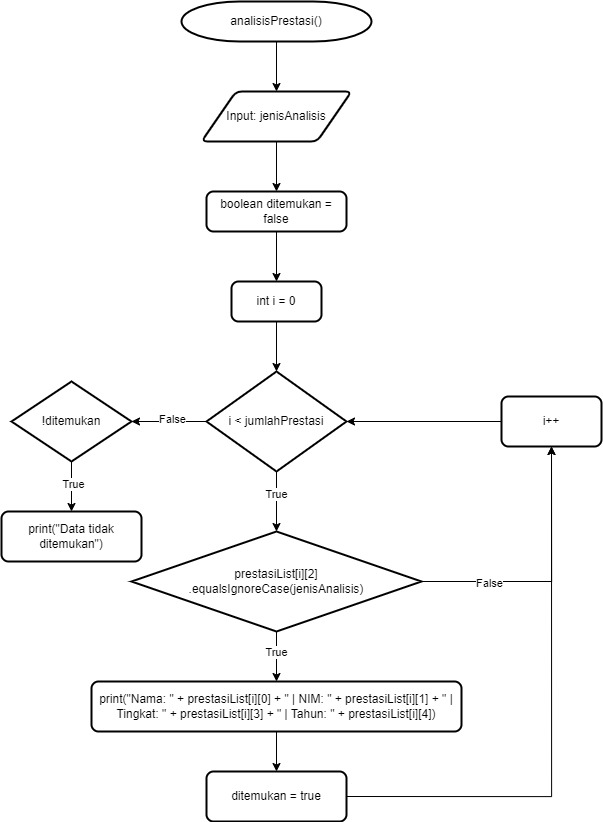
This is flowchart/fungsi_analisisPrestasi.png from daffaputra09/jobsheet-studi-kasus, a draw.io export, as it was before one commit. Source tidied: cells renumbered, new cells last; positions are measured from the earlier drawing's top-left corner, leaving out a move shared by most shapes.
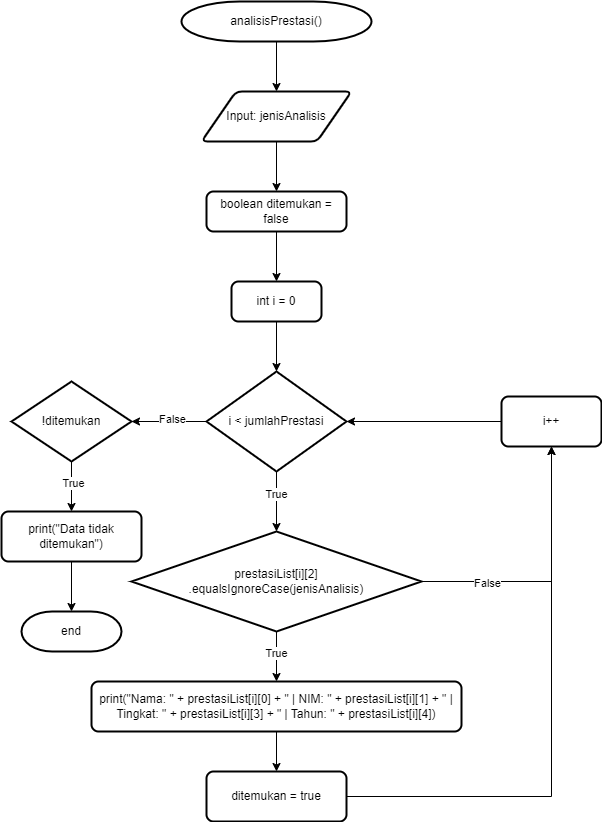
Above is the later version.

Commit message:
Daffa: Repair flowchart analisis

Diff of the diagram source:
```diff
@@ -41,6 +41,9 @@
     <mxCell id="14" value="int i = 0" style="rounded=1;whiteSpace=wrap;html=1;absoluteArcSize=1;arcSize=14;strokeWidth=2;" parent="1" vertex="1">
       <mxGeometry x="230" y="280" width="90" height="40" as="geometry" />
     </mxCell>
+    <mxCell id="30" style="edgeStyle=orthogonalEdgeStyle;rounded=0;jettySize=auto;html=1;" parent="1" edge="1" source="15" target="31">
+      <mxGeometry relative="1" as="geometry" />
+    </mxCell>
     <mxCell id="15" value="print(&quot;Data tidak ditemukan&quot;)" style="rounded=1;whiteSpace=wrap;html=1;absoluteArcSize=1;arcSize=14;strokeWidth=2;" parent="1" vertex="1">
       <mxGeometry y="510" width="140" height="50" as="geometry" />
     </mxCell>
@@ -86,5 +89,8 @@
     <mxCell id="29" value="!ditemukan" style="strokeWidth=2;html=1;shape=mxgraph.flowchart.decision;whiteSpace=wrap;" parent="1" vertex="1">
       <mxGeometry x="10" y="380" width="120" height="80" as="geometry" />
     </mxCell>
+    <mxCell id="31" value="end" style="strokeWidth=2;html=1;shape=mxgraph.flowchart.terminator;whiteSpace=wrap;" parent="1" vertex="1">
+      <mxGeometry x="20" y="610" width="100" height="40" as="geometry" />
+    </mxCell>
   </root>
 </mxGraphModel>
```
